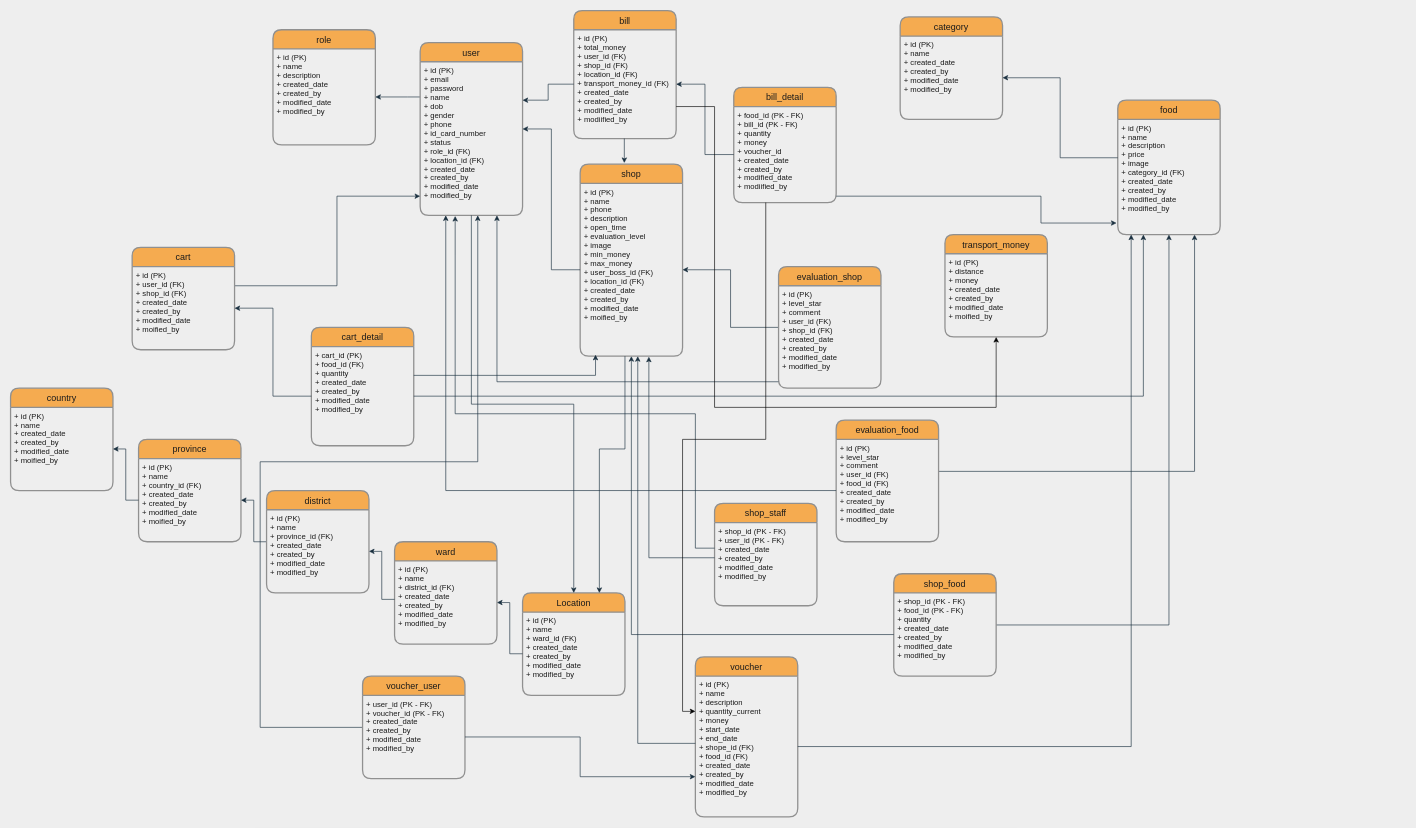
This is relationship.drawio from ngocdiem138/shopee-food, a draw.io file, before an edit. Source tidied: cells renumbered, new cells numbered last; positions are measured from the earlier drawing's top-left corner, leaving out a move shared by most shapes. Both pictures are drawn from the tidied source at 64%, with x=0, y=0 at pixel (10, 10).
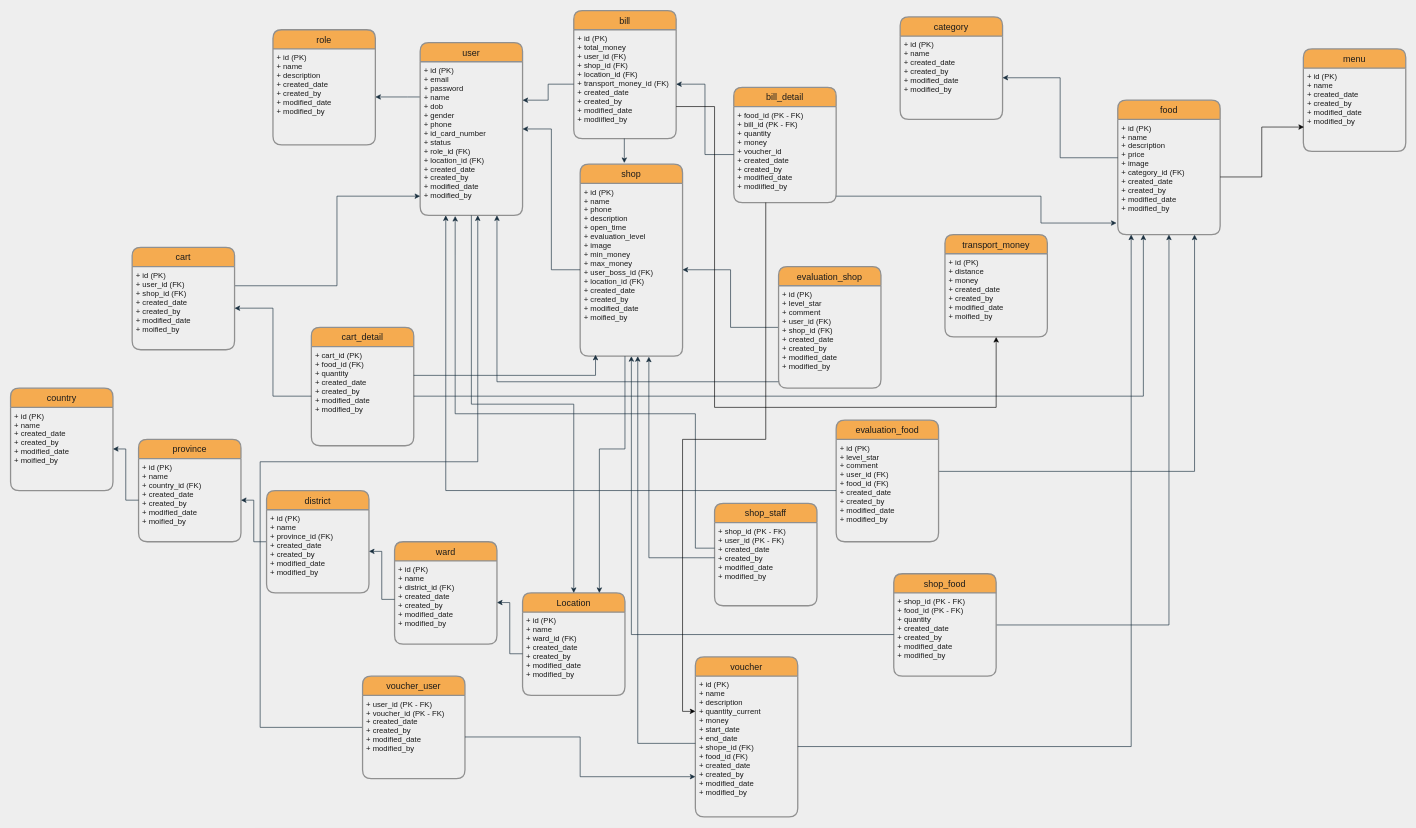
The same diagram, later.

Commit message:
add menu entity

The change refers to these unchanged cells:
```xml
<mxCell id="45" value="+ id (PK)&#10;+ name&#10;+ description&#10;+ price&#10;+ image&#10;+ category_id (FK)&#10;+ created_date&#10;+ created_by&#10;+ modified_date&#10;+ modified_by" style="align=left;strokeColor=none;fillColor=none;spacingLeft=4;fontSize=12;verticalAlign=top;fontColor=#1A1A1A;" parent="44" vertex="1">
  <mxGeometry y="30" width="160" height="180" as="geometry" />
</mxCell>
```

What changed in the source:
```diff
@@
+    <mxCell id="75" value="menu" style="swimlane;horizontal=1;startSize=30;rounded=1;fontSize=14;fontStyle=0;strokeWidth=2;shadow=0;dashed=0;align=center;fillColor=#F5AB50;strokeColor=#909090;fontColor=#1A1A1A;" parent="1" vertex="1">
+      <mxGeometry x="2020" y="60" width="160" height="160" as="geometry" />
+    </mxCell>
+    <mxCell id="76" value="+ id (PK)&#10;+ name&#10;+ created_date&#10;+ created_by&#10;+ modified_date&#10;+ modified_by" style="align=left;strokeColor=none;fillColor=none;spacingLeft=4;fontSize=12;verticalAlign=top;fontColor=#1A1A1A;" parent="75" vertex="1">
+      <mxGeometry y="30" width="160" height="130" as="geometry" />
+    </mxCell>
+    <mxCell id="77" style="edgeStyle=orthogonalEdgeStyle;rounded=0;jettySize=auto;html=1;entryX=0.006;entryY=0.708;entryDx=0;entryDy=0;entryPerimeter=0;strokeColor=#080808;" parent="1" edge="1" source="45" target="76">
+      <mxGeometry relative="1" as="geometry" />
+    </mxCell>
```
